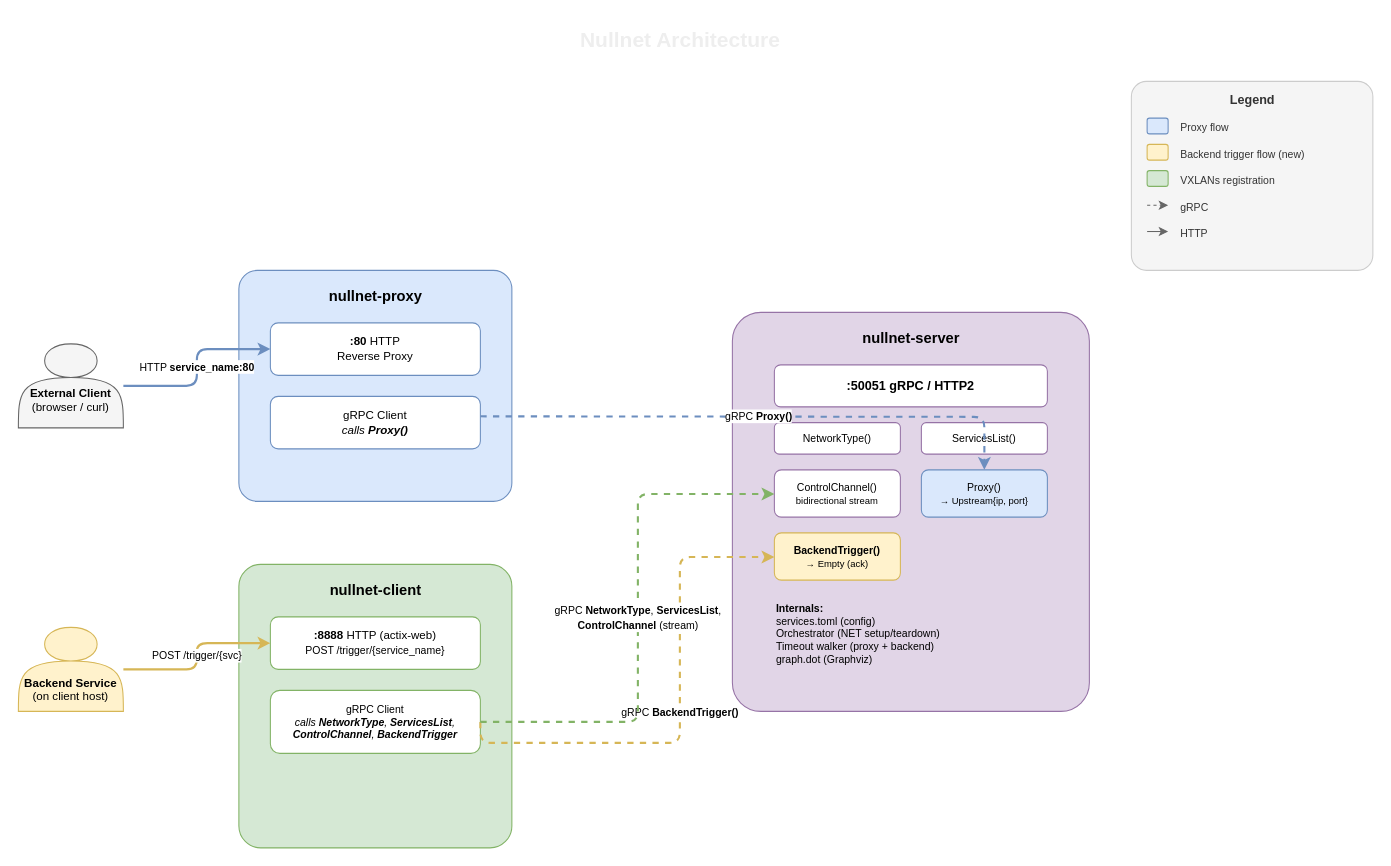
Earlier version of the draw.io diagram architecture.drawio (GyulyVGC/nullnet-grpc). Source tidied: cells renumbered, new cells numbered last; positions are measured from the earlier drawing's top-left corner, leaving out a move shared by most shapes. Both pictures are drawn from the tidied source at 105%, with x=0, y=0 at pixel (18, 18).
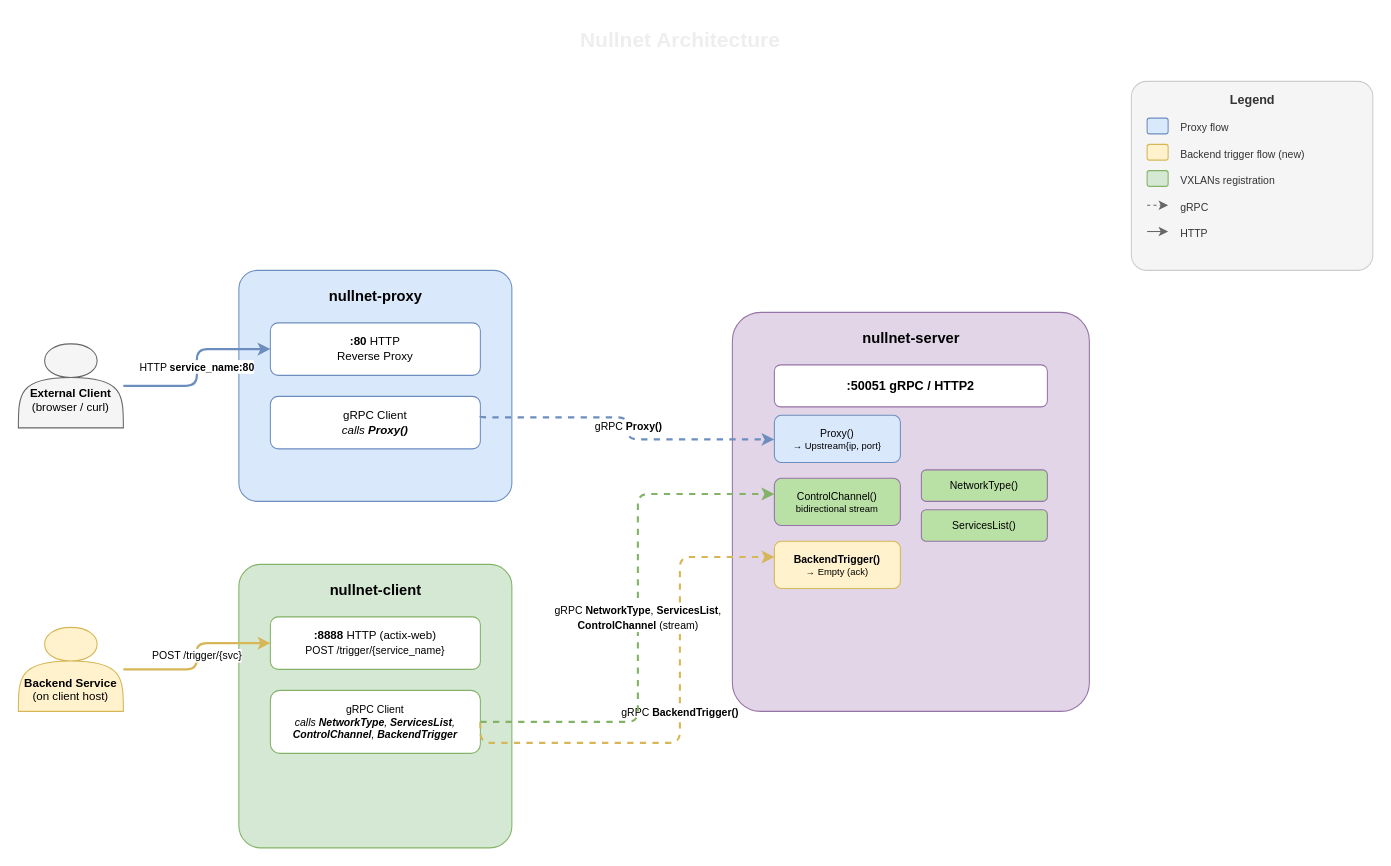
The same page after the edit.

Change to the diagram source:
```diff
@@
-    <mxCell id="16" value="NetworkType()" style="rounded=1;whiteSpace=wrap;html=1;fillColor=#FFFFFF;strokeColor=#9673A6;fontSize=10;fontColor=#000000;" parent="1" vertex="1">
-      <mxGeometry x="720" y="385" width="120" height="30" as="geometry" />
+    <mxCell id="16" value="NetworkType()" style="rounded=1;whiteSpace=wrap;html=1;fillColor=#B9E0A5;strokeColor=#9673A6;fontSize=10;fontColor=#000000;" parent="1" vertex="1">
+      <mxGeometry x="860" y="430" width="120" height="30" as="geometry" />
     </mxCell>
-    <mxCell id="17" value="ServicesList()" style="rounded=1;whiteSpace=wrap;html=1;fillColor=#FFFFFF;strokeColor=#9673A6;fontSize=10;fontColor=#000000;" parent="1" vertex="1">
-      <mxGeometry x="860" y="385" width="120" height="30" as="geometry" />
+    <mxCell id="17" value="ServicesList()" style="rounded=1;whiteSpace=wrap;html=1;fillColor=#B9E0A5;strokeColor=#9673A6;fontSize=10;fontColor=#000000;" parent="1" vertex="1">
+      <mxGeometry x="860" y="468" width="120" height="30" as="geometry" />
     </mxCell>
-    <mxCell id="18" value="ControlChannel()&lt;br&gt;&lt;font style=&quot;font-size:9px&quot;&gt;bidirectional stream&lt;/font&gt;" style="rounded=1;whiteSpace=wrap;html=1;fillColor=#FFFFFF;strokeColor=#9673A6;fontSize=10;fontColor=#000000;" parent="1" vertex="1">
-      <mxGeometry x="720" y="430" width="120" height="45" as="geometry" />
+    <mxCell id="18" value="ControlChannel()&lt;br&gt;&lt;font style=&quot;font-size:9px&quot;&gt;bidirectional stream&lt;/font&gt;" style="rounded=1;whiteSpace=wrap;html=1;fillColor=#B9E0A5;strokeColor=#9673A6;fontSize=10;fontColor=#000000;" parent="1" vertex="1">
+      <mxGeometry x="720" y="438" width="120" height="45" as="geometry" />
     </mxCell>
     <mxCell id="19" value="Proxy()&lt;br&gt;&lt;font style=&quot;font-size:9px&quot;&gt;→ Upstream{ip, port}&lt;/font&gt;" style="rounded=1;whiteSpace=wrap;html=1;fillColor=#DAE8FC;strokeColor=#6C8EBF;fontSize=10;fontColor=#000000;" parent="1" vertex="1">
-      <mxGeometry x="860" y="430" width="120" height="45" as="geometry" />
+      <mxGeometry x="720" y="378" width="120" height="45" as="geometry" />
     </mxCell>
     <mxCell id="20" value="&lt;b&gt;BackendTrigger()&lt;/b&gt;&lt;br&gt;&lt;font style=&quot;font-size:9px&quot;&gt;→ Empty (ack)&lt;/font&gt;" style="rounded=1;whiteSpace=wrap;html=1;fillColor=#FFF2CC;strokeColor=#D6B656;fontSize=10;fontColor=#000000;" parent="1" vertex="1">
-      <mxGeometry x="720" y="490" width="120" height="45" as="geometry" />
+      <mxGeometry x="720" y="498" width="120" height="45" as="geometry" />
     </mxCell>
-    <mxCell id="21" value="&lt;font style=&quot;font-size:10px&quot;&gt;&lt;b&gt;Internals:&lt;/b&gt;&lt;br&gt;services.toml (config)&lt;br&gt;Orchestrator (NET setup/teardown)&lt;br&gt;Timeout walker (proxy + backend)&lt;br&gt;graph.dot (Graphviz)&lt;/font&gt;" style="text;html=1;align=left;verticalAlign=top;fontSize=10;fontColor=#000000;" parent="1" vertex="1">
-      <mxGeometry x="720" y="550" width="260" height="80" as="geometry" />
-    </mxCell>
@@
     <mxCell id="24" value="&lt;font style=&quot;font-size:10px&quot;&gt;gRPC &lt;b&gt;Proxy()&lt;/b&gt;&lt;/font&gt;" style="edgeStyle=orthogonalEdgeStyle;rounded=1;jettySize=auto;html=1;strokeColor=#6C8EBF;strokeWidth=2;dashed=1;fontColor=#000000;labelBackgroundColor=#FFFFFF;exitX=1;exitY=0.5;exitDx=0;exitDy=0;" parent="1" edge="1" target="19">
       <mxGeometry relative="1" as="geometry">
         <mxPoint x="440" y="379" as="sourcePoint" />
+        <Array as="points">
+          <mxPoint x="440" y="380" />
+          <mxPoint x="581" y="380" />
+          <mxPoint x="581" y="401" />
+        </Array>
       </mxGeometry>
     </mxCell>
```
